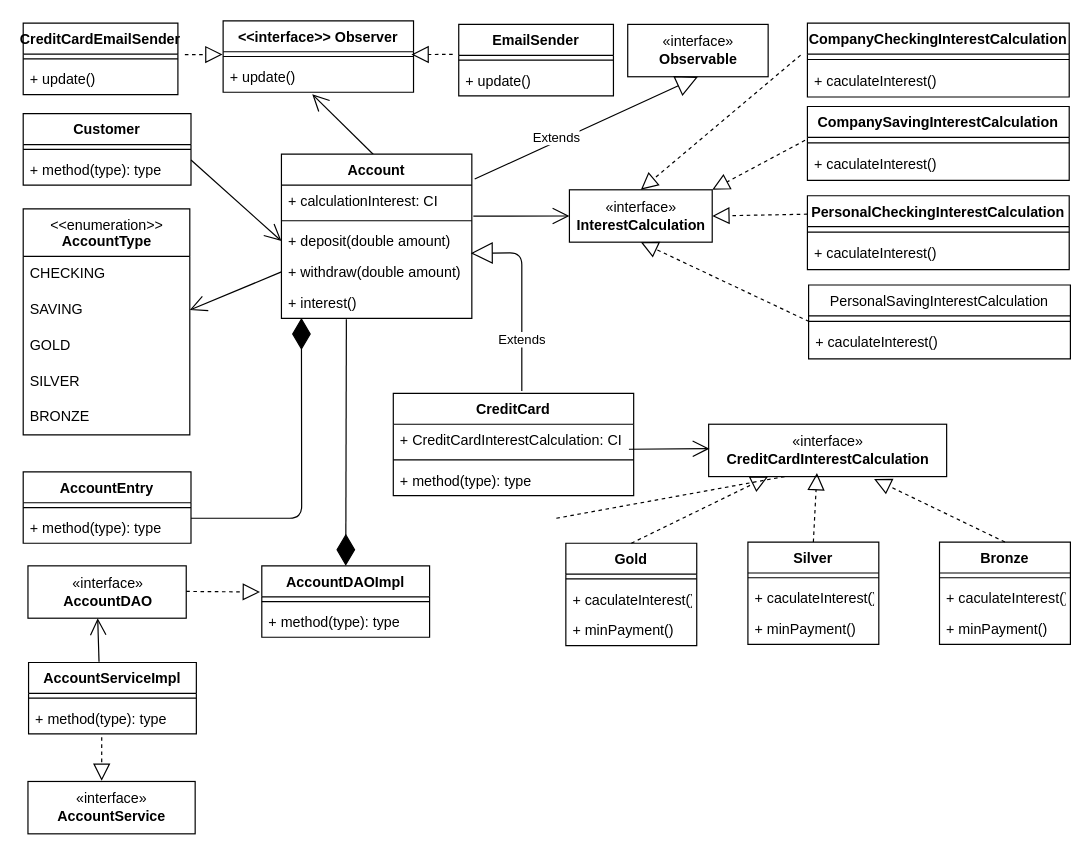
Earlier version of the draw.io diagram documents/Class_Diagram.drawio (carwyndoan/bankproj). Source tidied: cells renumbered, new cells numbered last; positions are measured from the earlier drawing's top-left corner, leaving out a move shared by most shapes. Both pictures are drawn from the tidied source at 119%, with x=0, y=0 at pixel (23, 20).
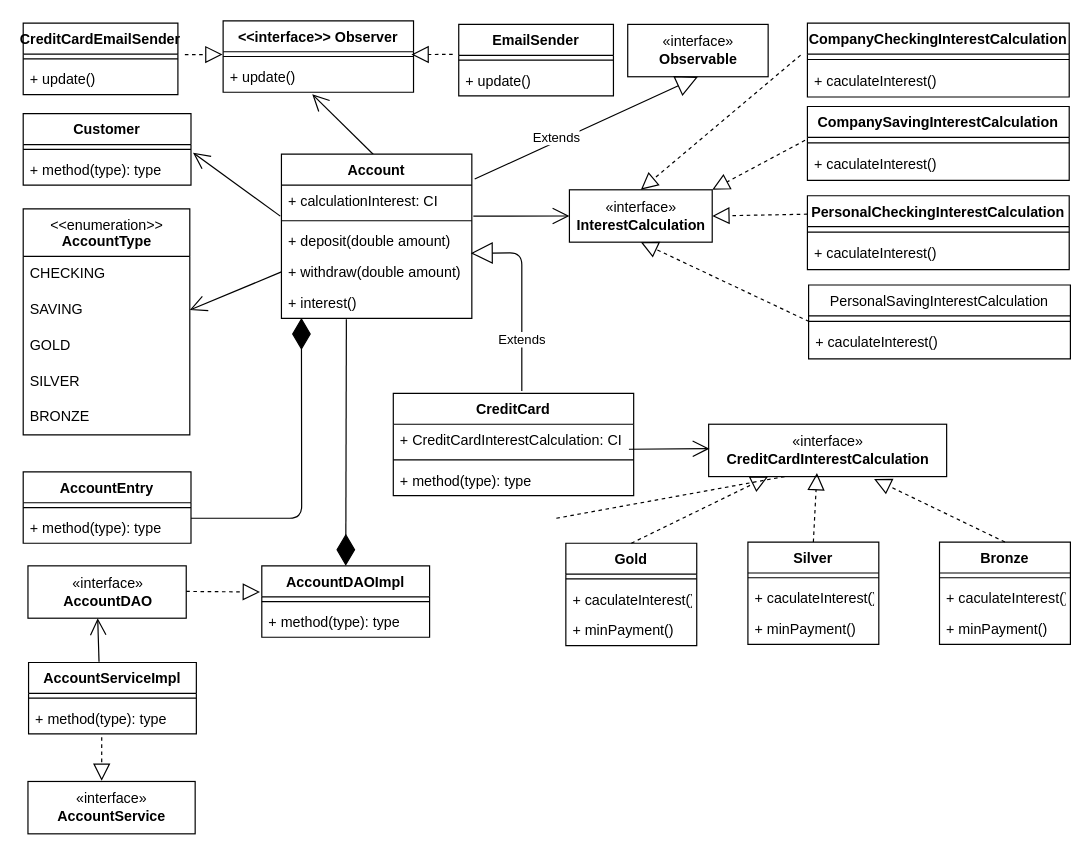
The same diagram, later.

Unchanged cells that the change refers to:
```xml
<mxCell id="29" value="+ method(type): type" style="text;strokeColor=none;fillColor=none;align=left;verticalAlign=top;spacingLeft=4;spacingRight=4;overflow=hidden;points=[[0,0.5],[1,0.5]];portConstraint=eastwest;" parent="27" vertex="1">
  <mxGeometry y="34" width="141" height="26" as="geometry" />
</mxCell>
<mxCell id="42" value="+ calculationInterest: CI" style="text;strokeColor=none;fillColor=none;align=left;verticalAlign=top;spacingLeft=4;spacingRight=4;overflow=hidden;points=[[0,0.5],[1,0.5]];portConstraint=eastwest;" parent="41" vertex="1">
  <mxGeometry y="26" width="160" height="26" as="geometry" />
</mxCell>
<mxCell id="44" value="+ deposit(double amount)" style="text;strokeColor=none;fillColor=none;align=left;verticalAlign=top;spacingLeft=4;spacingRight=4;overflow=hidden;points=[[0,0.5],[1,0.5]];portConstraint=eastwest;" parent="41" vertex="1">
  <mxGeometry y="60" width="160" height="26" as="geometry" />
</mxCell>
```

The edit, as a diff of the source:
```diff
@@
-    <mxCell id="32" style="endArrow=open;endFill=1;endSize=12;html=1;exitX=1;exitY=0.5;exitDx=0;exitDy=0;entryX=0;entryY=0.5;entryDx=0;entryDy=0;" parent="1" edge="1" target="44">
-      <mxGeometry relative="1" as="geometry">
-        <mxPoint x="141" y="117" as="sourcePoint" />
-      </mxGeometry>
-    </mxCell>
@@
+    <mxCell id="90" style="endArrow=open;endFill=1;endSize=12;html=1;entryX=1.012;entryY=-0.046;entryDx=0;entryDy=0;entryPerimeter=0;exitX=-0.006;exitY=1.005;exitDx=0;exitDy=0;exitPerimeter=0;" parent="1" edge="1" source="42" target="29">
+      <mxGeometry relative="1" as="geometry" />
+    </mxCell>
```
